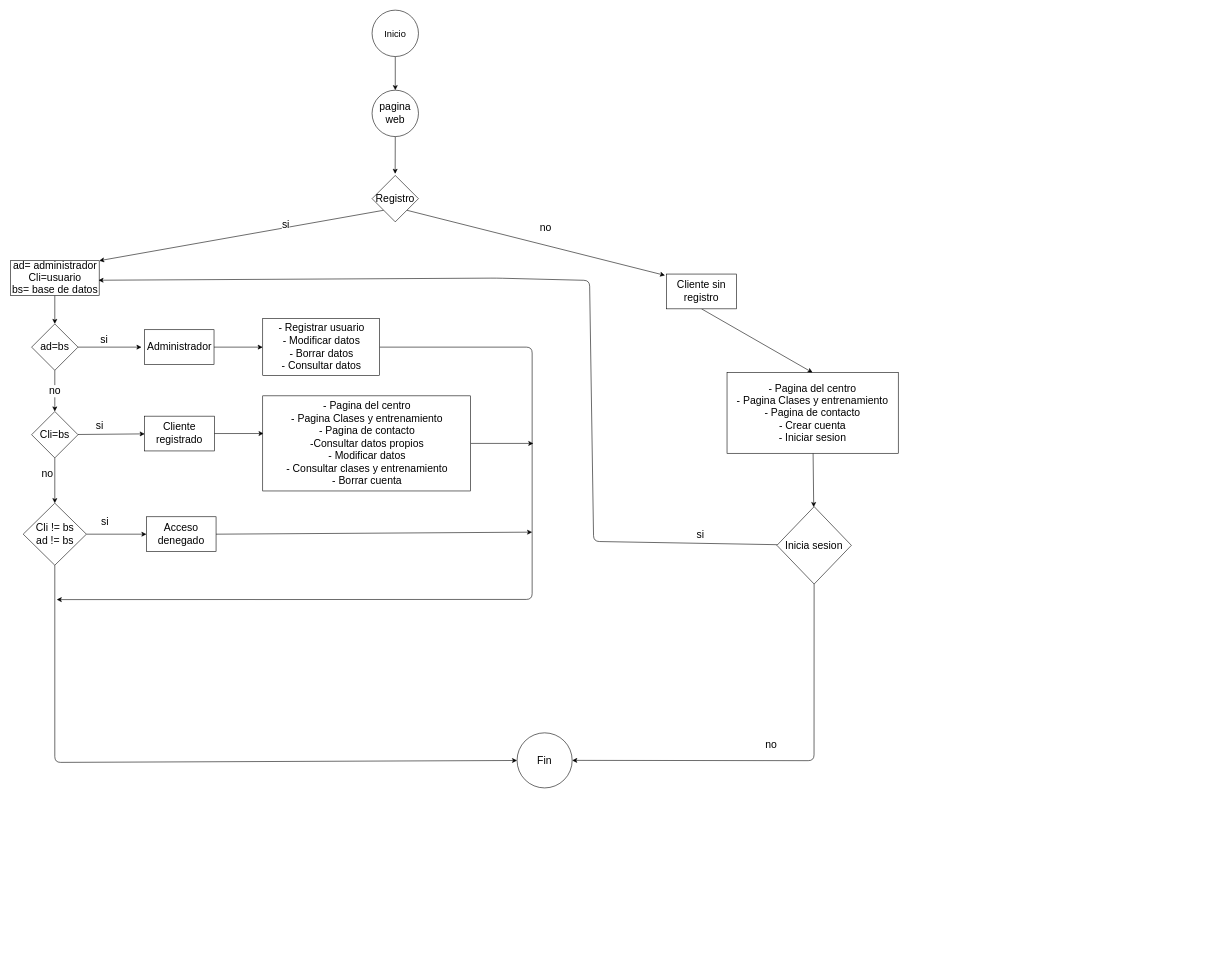
CatanduYago/MazaoGym keeps this draw.io diagram as diagrama de flujo(kevin).drawio. Above is the earlier version. Source tidied: cells renumbered, new cells numbered last; positions are measured from the earlier drawing's top-left corner, leaving out a move shared by most shapes. Both pictures are drawn from the tidied source at 58%, with x=0, y=0 at pixel (10, 10).
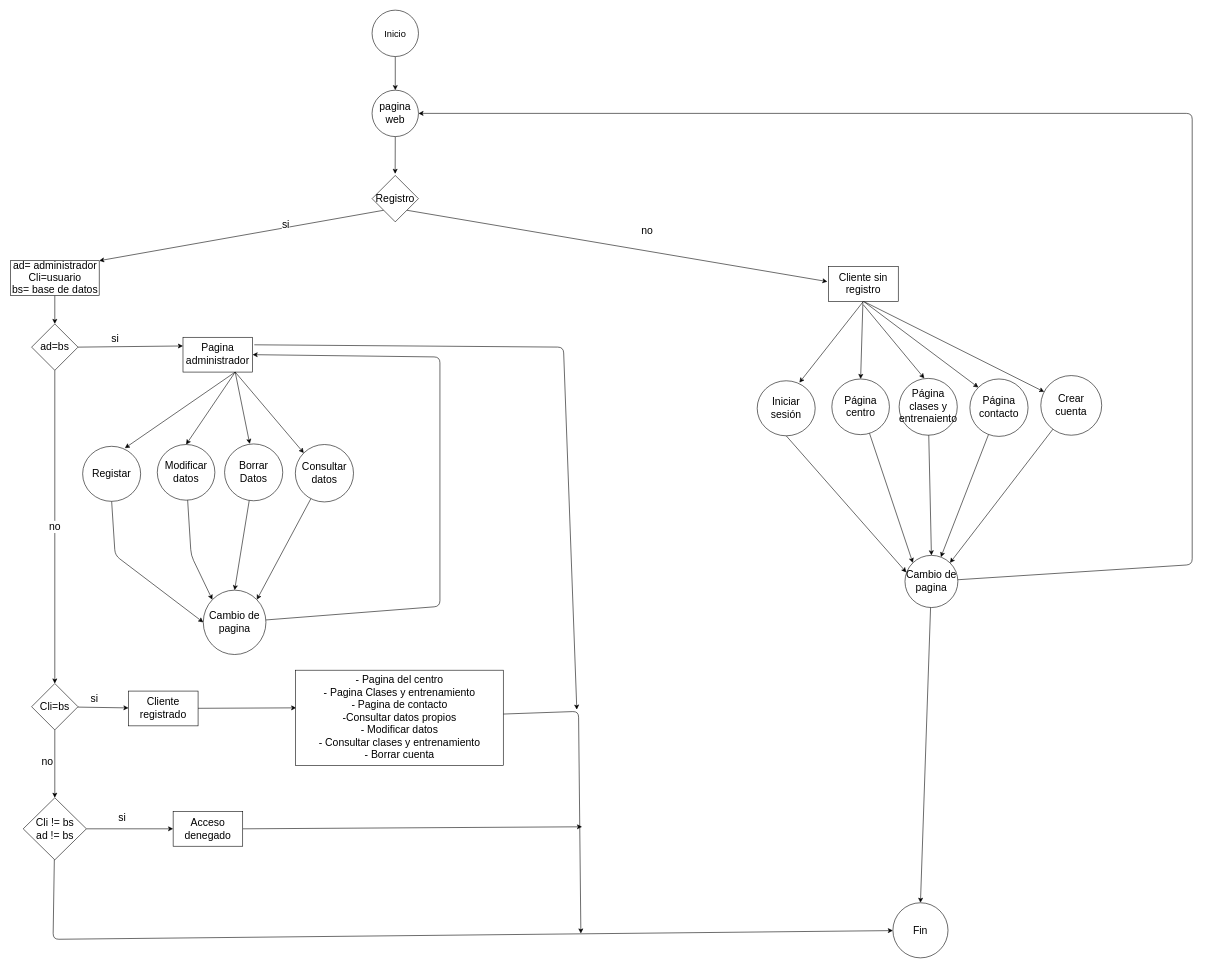
Above is the later version.

The change refers to these unchanged cells:
```xml
<mxCell id="8" value="&lt;font style=&quot;font-size: 18px;&quot;&gt;Registro&lt;/font&gt;" style="rhombus;whiteSpace=wrap;html=1;" parent="1" vertex="1">
  <mxGeometry x="623" y="285" width="80" height="80" as="geometry" />
</mxCell>
<mxCell id="10" value="pagina web" style="ellipse;whiteSpace=wrap;html=1;fontSize=18;" parent="1" vertex="1">
  <mxGeometry x="623" y="138" width="80" height="80" as="geometry" />
</mxCell>
<mxCell id="12" value="ad= administrador&lt;br&gt;Cli=usuario&lt;br&gt;bs= base de datos" style="whiteSpace=wrap;html=1;fontSize=18;" parent="1" vertex="1">
  <mxGeometry x="-0.5" y="432" width="153" height="60" as="geometry" />
</mxCell>
<mxCell id="16" value="ad=bs" style="rhombus;whiteSpace=wrap;html=1;fontSize=18;" parent="1" vertex="1">
  <mxGeometry x="36" y="541" width="80" height="80" as="geometry" />
</mxCell>
```

What changed in the source:
```diff
@@
     <mxCell id="6" style="edgeStyle=none;html=1;exitX=1;exitY=1;exitDx=0;exitDy=0;fontSize=18;" parent="1" edge="1" source="8">
       <mxGeometry relative="1" as="geometry">
-        <mxPoint x="1128" y="457.3" as="targetPoint" />
+        <mxPoint x="1408" y="468" as="targetPoint" />
       </mxGeometry>
     </mxCell>
@@
-    <mxCell id="13" style="edgeStyle=none;html=1;exitX=1;exitY=0.5;exitDx=0;exitDy=0;fontSize=18;" parent="1" edge="1" source="16">
-      <mxGeometry relative="1" as="geometry">
-        <mxPoint x="225.5" y="581" as="targetPoint" />
-      </mxGeometry>
+    <mxCell id="13" style="edgeStyle=none;html=1;exitX=1;exitY=0.5;exitDx=0;exitDy=0;fontSize=18;entryX=0;entryY=0.25;entryDx=0;entryDy=0;" parent="1" edge="1" source="16" target="18">
+      <mxGeometry relative="1" as="geometry" />
     </mxCell>
@@
-    <mxCell id="17" style="edgeStyle=none;html=1;fontSize=18;" parent="1" edge="1" source="18" target="33">
-      <mxGeometry relative="1" as="geometry" />
-    </mxCell>
+    <mxCell id="45" style="edgeStyle=none;html=1;fontSize=18;" parent="1" edge="1">
+      <mxGeometry relative="1" as="geometry">
+        <mxPoint x="420" y="577" as="sourcePoint" />
+        <mxPoint x="976" y="1206" as="targetPoint" />
+        <Array as="points">
+          <mxPoint x="953" y="581" />
+        </Array>
+      </mxGeometry>
+    </mxCell>
-    <mxCell id="18" value="Administrador" style="whiteSpace=wrap;html=1;fontSize=18;" parent="1" vertex="1">
-      <mxGeometry x="230.5" y="551" width="120" height="60" as="geometry" />
+    <mxCell id="18" value="Pagina administrador" style="whiteSpace=wrap;html=1;fontSize=18;" parent="1" vertex="1">
+      <mxGeometry x="297" y="564" width="120" height="60" as="geometry" />
     </mxCell>
@@
     <mxCell id="23" value="Cli=bs" style="rhombus;whiteSpace=wrap;html=1;fontSize=18;" parent="1" vertex="1">
-      <mxGeometry x="36" y="692" width="80" height="80" as="geometry" />
+      <mxGeometry x="36" y="1161" width="80" height="80" as="geometry" />
     </mxCell>
@@
     <mxCell id="25" value="Cliente registrado" style="whiteSpace=wrap;html=1;fontSize=18;" parent="1" vertex="1">
-      <mxGeometry x="231" y="700" width="120" height="60" as="geometry" />
+      <mxGeometry x="203" y="1174" width="120" height="60" as="geometry" />
     </mxCell>
@@
     <mxCell id="27" style="edgeStyle=none;html=1;fontSize=18;" parent="1" edge="1" source="28" target="36">
       <mxGeometry relative="1" as="geometry">
         <Array as="points">
-          <mxPoint x="76" y="1297" />
+          <mxPoint x="73" y="1602" />
         </Array>
       </mxGeometry>
     </mxCell>
     <mxCell id="28" value="Cli != bs&lt;br&gt;ad != bs" style="rhombus;whiteSpace=wrap;html=1;fontSize=18;" parent="1" vertex="1">
-      <mxGeometry x="21.5" y="850" width="109" height="107" as="geometry" />
+      <mxGeometry x="21.5" y="1358" width="109" height="107" as="geometry" />
     </mxCell>
     <mxCell id="29" style="edgeStyle=none;html=1;exitX=1;exitY=0.5;exitDx=0;exitDy=0;fontSize=18;" parent="1" edge="1" source="30">
       <mxGeometry relative="1" as="geometry">
-        <mxPoint x="899" y="900" as="targetPoint" />
+        <mxPoint x="985" y="1408" as="targetPoint" />
       </mxGeometry>
     </mxCell>
     <mxCell id="30" value="Acceso denegado" style="whiteSpace=wrap;html=1;fontSize=18;" parent="1" vertex="1">
-      <mxGeometry x="234" y="873.5" width="120" height="60" as="geometry" />
+      <mxGeometry x="280" y="1381.5" width="120" height="60" as="geometry" />
     </mxCell>
     <mxCell id="31" value="si" style="text;html=1;align=center;verticalAlign=middle;strokeColor=none;fillColor=none;fontSize=18;" parent="1" vertex="1">
-      <mxGeometry x="146" y="866" width="31" height="34" as="geometry" />
+      <mxGeometry x="176" y="1375" width="31" height="34" as="geometry" />
     </mxCell>
-    <mxCell id="32" style="edgeStyle=none;html=1;fontSize=18;" parent="1" edge="1" source="33">
-      <mxGeometry relative="1" as="geometry">
-        <mxPoint x="79.3" y="1016.3" as="targetPoint" />
-        <Array as="points">
-          <mxPoint x="899" y="581" />
-          <mxPoint x="899" y="1016" />
-        </Array>
-      </mxGeometry>
-    </mxCell>
-    <mxCell id="33" value="- Registrar usuario&lt;br&gt;- Modificar datos&lt;br&gt;- Borrar datos&lt;br&gt;- Consultar datos" style="whiteSpace=wrap;html=1;fontSize=18;" parent="1" vertex="1">
-      <mxGeometry x="434.5" y="532" width="201.5" height="98" as="geometry" />
-    </mxCell>
     <mxCell id="34" style="edgeStyle=none;html=1;fontSize=18;" parent="1" edge="1" source="35">
       <mxGeometry relative="1" as="geometry">
-        <mxPoint x="901" y="747" as="targetPoint" />
+        <mxPoint x="983" y="1592" as="targetPoint" />
+        <Array as="points">
+          <mxPoint x="979" y="1209" />
+        </Array>
       </mxGeometry>
     </mxCell>
     <mxCell id="35" value="- Pagina del centro&lt;br&gt;- Pagina Clases y entrenamiento&lt;br&gt;- Pagina de contacto&lt;br&gt;-Consultar datos propios&lt;br&gt;- Modificar datos&lt;br&gt;- Consultar clases y entrenamiento&lt;br&gt;- Borrar cuenta" style="whiteSpace=wrap;html=1;fontSize=18;" parent="1" vertex="1">
-      <mxGeometry x="434.5" y="665" width="358.5" height="164" as="geometry" />
+      <mxGeometry x="490.7" y="1138" width="358.5" height="164" as="geometry" />
     </mxCell>
     <mxCell id="36" value="Fin" style="ellipse;whiteSpace=wrap;html=1;fontSize=18;" parent="1" vertex="1">
-      <mxGeometry x="873" y="1246" width="95" height="95" as="geometry" />
+      <mxGeometry x="1521" y="1539" width="95" height="95" as="geometry" />
     </mxCell>
-    <mxCell id="37" style="edgeStyle=none;html=1;exitX=0.5;exitY=1;exitDx=0;exitDy=0;entryX=0.5;entryY=0;entryDx=0;entryDy=0;fontSize=18;" parent="1" edge="1" source="38" target="40">
+    <mxCell id="37" style="edgeStyle=none;html=1;exitX=0.5;exitY=1;exitDx=0;exitDy=0;entryX=0.728;entryY=0.033;entryDx=0;entryDy=0;fontSize=18;entryPerimeter=0;" parent="1" edge="1" source="38" target="52">
       <mxGeometry relative="1" as="geometry" />
     </mxCell>
+    <mxCell id="46" style="edgeStyle=none;html=1;entryX=0.5;entryY=0;entryDx=0;entryDy=0;fontSize=18;" parent="1" edge="1" source="38" target="51">
+      <mxGeometry relative="1" as="geometry" />
+    </mxCell>
+    <mxCell id="47" style="edgeStyle=none;html=1;fontSize=18;" parent="1" edge="1">
+      <mxGeometry relative="1" as="geometry">
+        <mxPoint x="1470" y="508" as="sourcePoint" />
+        <mxPoint x="1575.1" y="634.8" as="targetPoint" />
+      </mxGeometry>
+    </mxCell>
+    <mxCell id="48" style="edgeStyle=none;html=1;entryX=0;entryY=0;entryDx=0;entryDy=0;fontSize=18;exitX=0.5;exitY=1;exitDx=0;exitDy=0;" parent="1" edge="1" source="38" target="55">
+      <mxGeometry relative="1" as="geometry" />
+    </mxCell>
+    <mxCell id="49" style="edgeStyle=none;html=1;fontSize=18;exitX=0.5;exitY=1;exitDx=0;exitDy=0;" parent="1" edge="1" source="38" target="57">
+      <mxGeometry relative="1" as="geometry" />
+    </mxCell>
     <mxCell id="38" value="Cliente sin registro" style="whiteSpace=wrap;html=1;fontSize=18;" parent="1" vertex="1">
-      <mxGeometry x="1131" y="455" width="120" height="60" as="geometry" />
+      <mxGeometry x="1410.2" y="442" width="120" height="60" as="geometry" />
     </mxCell>
-    <mxCell id="39" style="edgeStyle=none;html=1;fontSize=18;" parent="1" edge="1" source="40" target="44">
+    <mxCell id="39" style="edgeStyle=none;html=1;fontSize=18;exitX=0.5;exitY=1;exitDx=0;exitDy=0;entryX=0.026;entryY=0.326;entryDx=0;entryDy=0;entryPerimeter=0;" parent="1" edge="1" source="52" target="73">
       <mxGeometry relative="1" as="geometry" />
     </mxCell>
-    <mxCell id="40" value="- Pagina del centro&lt;br&gt;- Pagina Clases y entrenamiento&lt;br&gt;- Pagina de contacto&lt;br&gt;- Crear cuenta&lt;br&gt;- Iniciar sesion" style="whiteSpace=wrap;html=1;fontSize=18;" parent="1" vertex="1">
-      <mxGeometry x="1235" y="625" width="295.2" height="139" as="geometry" />
-    </mxCell>
-    <mxCell id="41" style="edgeStyle=none;html=1;entryX=0.992;entryY=0.561;entryDx=0;entryDy=0;entryPerimeter=0;fontSize=18;" parent="1" edge="1" source="44" target="12">
-      <mxGeometry relative="1" as="geometry">
-        <Array as="points">
-          <mxPoint x="1005" y="916" />
-          <mxPoint x="998" y="466" />
-          <mxPoint x="838" y="462" />
-        </Array>
-      </mxGeometry>
-    </mxCell>
-    <mxCell id="42" value="si" style="edgeLabel;html=1;align=center;verticalAlign=middle;fontSize=18;" parent="41" vertex="1">
-      <mxGeometry x="-0.83" y="-5" relative="1" as="geometry">
-        <mxPoint x="3" y="-11" as="offset" />
-      </mxGeometry>
-    </mxCell>
-    <mxCell id="43" value="no" style="edgeStyle=none;html=1;entryX=1;entryY=0.5;entryDx=0;entryDy=0;fontSize=18;" parent="1" edge="1" source="44" target="36">
-      <mxGeometry x="0.05" y="-28" relative="1" as="geometry">
-        <Array as="points">
-          <mxPoint x="1385" y="1294" />
-        </Array>
-      </mxGeometry>
-    </mxCell>
-    <mxCell id="44" value="Inicia sesion" style="rhombus;whiteSpace=wrap;html=1;fontSize=18;" parent="1" vertex="1">
-      <mxGeometry x="1321" y="856" width="128.4" height="133.5" as="geometry" />
-    </mxCell>
+    <mxCell id="50" style="edgeStyle=none;html=1;fontSize=18;entryX=0;entryY=0;entryDx=0;entryDy=0;" parent="1" edge="1" source="51" target="73">
+      <mxGeometry relative="1" as="geometry" />
+    </mxCell>
+    <mxCell id="51" value="&lt;font style=&quot;font-size: 18px;&quot;&gt;Página centro&lt;/font&gt;" style="ellipse;whiteSpace=wrap;html=1;" parent="1" vertex="1">
+      <mxGeometry x="1415.7" y="635.9" width="99.3" height="96" as="geometry" />
+    </mxCell>
+    <mxCell id="52" value="&lt;font style=&quot;font-size: 18px;&quot;&gt;Iniciar sesión&lt;/font&gt;" style="ellipse;whiteSpace=wrap;html=1;" parent="1" vertex="1">
+      <mxGeometry x="1287" y="639" width="100" height="94.9" as="geometry" />
+    </mxCell>
+    <mxCell id="53" value="&lt;font style=&quot;font-size: 18px;&quot;&gt;Página clases y entrenaiento&lt;/font&gt;" style="ellipse;whiteSpace=wrap;html=1;" parent="1" vertex="1">
+      <mxGeometry x="1531.7" y="634.9" width="100.3" height="98" as="geometry" />
+    </mxCell>
+    <mxCell id="54" style="edgeStyle=none;html=1;fontSize=18;" parent="1" edge="1" source="55" target="73">
+      <mxGeometry relative="1" as="geometry" />
+    </mxCell>
+    <mxCell id="55" value="&lt;font style=&quot;font-size: 18px;&quot;&gt;Página contacto&lt;/font&gt;" style="ellipse;whiteSpace=wrap;html=1;" parent="1" vertex="1">
+      <mxGeometry x="1653.7" y="635.9" width="100.3" height="99" as="geometry" />
+    </mxCell>
+    <mxCell id="56" style="edgeStyle=none;html=1;fontSize=18;entryX=1;entryY=0;entryDx=0;entryDy=0;" parent="1" edge="1" source="57" target="73">
+      <mxGeometry relative="1" as="geometry" />
+    </mxCell>
+    <mxCell id="57" value="&lt;font style=&quot;font-size: 18px;&quot;&gt;Crear cuenta&lt;/font&gt;" style="ellipse;whiteSpace=wrap;html=1;" parent="1" vertex="1">
+      <mxGeometry x="1776" y="630" width="105" height="102.9" as="geometry" />
+    </mxCell>
+    <mxCell id="58" style="edgeStyle=none;html=1;entryX=0.728;entryY=0.033;entryDx=0;entryDy=0;fontSize=18;entryPerimeter=0;exitX=0.75;exitY=1;exitDx=0;exitDy=0;" parent="1" edge="1" source="18" target="65">
+      <mxGeometry relative="1" as="geometry" />
+    </mxCell>
+    <mxCell id="59" style="edgeStyle=none;html=1;entryX=0.5;entryY=0;entryDx=0;entryDy=0;fontSize=18;exitX=0.75;exitY=1;exitDx=0;exitDy=0;" parent="1" edge="1" source="18" target="64">
+      <mxGeometry relative="1" as="geometry" />
+    </mxCell>
+    <mxCell id="60" style="edgeStyle=none;html=1;fontSize=18;exitX=0.75;exitY=1;exitDx=0;exitDy=0;" parent="1" edge="1" source="18">
+      <mxGeometry relative="1" as="geometry">
+        <mxPoint x="412.1" y="747.8" as="targetPoint" />
+      </mxGeometry>
+    </mxCell>
+    <mxCell id="61" style="edgeStyle=none;html=1;entryX=0;entryY=0;entryDx=0;entryDy=0;fontSize=18;exitX=0.75;exitY=1;exitDx=0;exitDy=0;" parent="1" edge="1" source="18" target="69">
+      <mxGeometry relative="1" as="geometry" />
+    </mxCell>
+    <mxCell id="62" style="edgeStyle=none;html=1;fontSize=18;exitX=0.5;exitY=1;exitDx=0;exitDy=0;entryX=0;entryY=0.5;entryDx=0;entryDy=0;" parent="1" edge="1" source="65" target="75">
+      <mxGeometry relative="1" as="geometry">
+        <Array as="points">
+          <mxPoint x="180" y="940" />
+        </Array>
+      </mxGeometry>
+    </mxCell>
+    <mxCell id="63" style="edgeStyle=none;html=1;fontSize=18;entryX=0;entryY=0;entryDx=0;entryDy=0;" parent="1" edge="1" source="64" target="75">
+      <mxGeometry relative="1" as="geometry">
+        <Array as="points">
+          <mxPoint x="311" y="940" />
+        </Array>
+      </mxGeometry>
+    </mxCell>
+    <mxCell id="64" value="&lt;font style=&quot;font-size: 18px;&quot;&gt;Modificar datos&lt;/font&gt;" style="ellipse;whiteSpace=wrap;html=1;" parent="1" vertex="1">
+      <mxGeometry x="252.7" y="748.9" width="99.3" height="96" as="geometry" />
+    </mxCell>
+    <mxCell id="65" value="&lt;font style=&quot;font-size: 18px;&quot;&gt;Registar&lt;/font&gt;" style="ellipse;whiteSpace=wrap;html=1;" parent="1" vertex="1">
+      <mxGeometry x="124" y="752" width="100" height="94.9" as="geometry" />
+    </mxCell>
+    <mxCell id="66" style="edgeStyle=none;html=1;entryX=0.5;entryY=0;entryDx=0;entryDy=0;fontSize=18;startArrow=none;startFill=0;endArrow=classic;endFill=1;" parent="1" edge="1" source="67" target="75">
+      <mxGeometry relative="1" as="geometry" />
+    </mxCell>
+    <mxCell id="67" value="&lt;font style=&quot;font-size: 18px;&quot;&gt;Borrar Datos&lt;/font&gt;" style="ellipse;whiteSpace=wrap;html=1;" parent="1" vertex="1">
+      <mxGeometry x="368.7" y="747.9" width="100.3" height="98" as="geometry" />
+    </mxCell>
+    <mxCell id="68" style="edgeStyle=none;html=1;entryX=1;entryY=0;entryDx=0;entryDy=0;fontSize=18;startArrow=none;startFill=0;endArrow=classic;endFill=1;" parent="1" edge="1" source="69" target="75">
+      <mxGeometry relative="1" as="geometry" />
+    </mxCell>
+    <mxCell id="69" value="&lt;span style=&quot;font-size: 18px;&quot;&gt;Consultar datos&lt;/span&gt;" style="ellipse;whiteSpace=wrap;html=1;" parent="1" vertex="1">
+      <mxGeometry x="490.7" y="748.9" width="100.3" height="99" as="geometry" />
+    </mxCell>
+    <mxCell id="70" style="edgeStyle=none;html=1;fontSize=18;endArrow=classic;startArrow=none;startFill=0;endFill=1;entryX=0.5;entryY=0;entryDx=0;entryDy=0;" parent="1" edge="1" source="53" target="73">
+      <mxGeometry relative="1" as="geometry" />
+    </mxCell>
+    <mxCell id="71" style="edgeStyle=none;html=1;entryX=1;entryY=0.5;entryDx=0;entryDy=0;startArrow=none;startFill=0;endArrow=classic;endFill=1;" parent="1" edge="1" source="73" target="10">
+      <mxGeometry relative="1" as="geometry">
+        <Array as="points">
+          <mxPoint x="2037" y="956" />
+          <mxPoint x="2037" y="178" />
+        </Array>
+      </mxGeometry>
+    </mxCell>
+    <mxCell id="72" style="edgeStyle=none;html=1;entryX=0.5;entryY=0;entryDx=0;entryDy=0;startArrow=none;startFill=0;endArrow=classic;endFill=1;" parent="1" edge="1" source="73" target="36">
+      <mxGeometry relative="1" as="geometry" />
+    </mxCell>
+    <mxCell id="73" value="&lt;font style=&quot;font-size: 18px;&quot;&gt;Cambio de pagina&lt;/font&gt;" style="ellipse;whiteSpace=wrap;html=1;" parent="1" vertex="1">
+      <mxGeometry x="1541.8" y="940" width="91.2" height="90" as="geometry" />
+    </mxCell>
+    <mxCell id="74" style="edgeStyle=none;html=1;entryX=1;entryY=0.5;entryDx=0;entryDy=0;fontSize=18;startArrow=none;startFill=0;endArrow=classic;endFill=1;" parent="1" edge="1" source="75" target="18">
+      <mxGeometry relative="1" as="geometry">
+        <Array as="points">
+          <mxPoint x="740" y="1028" />
+          <mxPoint x="740" y="598" />
+        </Array>
+      </mxGeometry>
+    </mxCell>
+    <mxCell id="75" value="Cambio de pagina" style="ellipse;whiteSpace=wrap;html=1;fontSize=18;" parent="1" vertex="1">
+      <mxGeometry x="332" y="1000" width="108" height="111" as="geometry" />
+    </mxCell>
```
